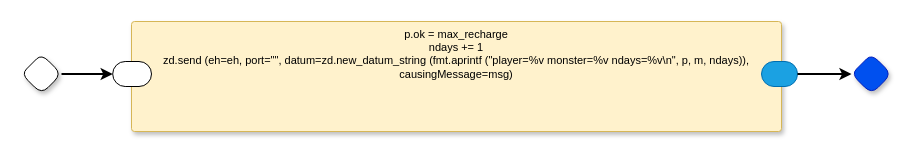
Earlier version of the draw.io diagram page "Rest" (3 of 3) of dc0d.drawio (guitarvydas/dc0d). Source tidied: cells renumbered, new cells numbered last; positions are measured from the earlier drawing's top-left corner, leaving out a move shared by most shapes. Both pictures are drawn from the tidied source at 100%, with x=0, y=0 at pixel (21, 21).
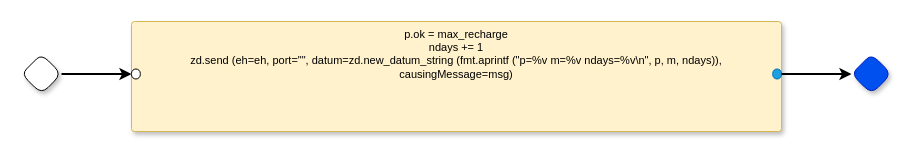
Above is the later version.

Change to the diagram source:
```diff
@@
 <mxGraphModel>
   <root>
     <mxCell id="0" />
     <mxCell id="1" parent="0" />
-    <mxCell id="2" value="p.ok = max_recharge&lt;br&gt;ndays += 1&lt;br&gt;zd.send (eh=eh, port=&quot;&quot;, datum=zd.new_datum_string (fmt.aprintf (&quot;player=%v monster=%v ndays=%v\n&quot;, p, m, ndays)), causingMessage=msg)" style="rounded=1;whiteSpace=wrap;html=1;sketch=0;verticalAlign=top;arcSize=6;fontStyle=0;absoluteArcSize=1;shadow=1;strokeColor=#d6b656;fillColor=#fff2cc;fontFamily=Helvetica;fontSize=11;" parent="1" vertex="1">
+    <mxCell id="2" value="p.ok = max_recharge&lt;br&gt;ndays += 1&lt;br&gt;zd.send (eh=eh, port=&quot;&quot;, datum=zd.new_datum_string (fmt.aprintf (&quot;p=%v m=%v ndays=%v\n&quot;, p, m, ndays)), causingMessage=msg)" style="rounded=1;whiteSpace=wrap;html=1;sketch=0;verticalAlign=top;arcSize=6;fontStyle=0;absoluteArcSize=1;shadow=1;strokeColor=#d6b656;fillColor=#fff2cc;fontFamily=Helvetica;fontSize=11;" parent="1" vertex="1">
       <mxGeometry x="110" width="650" height="110" as="geometry" />
     </mxCell>
-    <mxCell id="3" style="rounded=1;whiteSpace=wrap;html=1;sketch=0;points=[[0,0.5,0,0,0],[1,0.5,0,0,0]];arcSize=50;fontFamily=Helvetica;fontSize=11;fontColor=default;" parent="2" vertex="1">
-      <mxGeometry x="-18.8" y="40" width="38.8" height="25" as="geometry" />
-    </mxCell>
-    <mxCell id="4" style="rounded=1;whiteSpace=wrap;html=1;sketch=0;points=[[0,0.5,0,0,0],[1,0.5,0,0,0]];fillColor=#1ba1e2;fontColor=#ffffff;strokeColor=#006EAF;arcSize=50;fontFamily=Helvetica;fontSize=11;" parent="2" vertex="1">
-      <mxGeometry x="630" y="40" width="36" height="25" as="geometry" />
-    </mxCell>
+    <mxCell id="9" style="rounded=1;whiteSpace=wrap;html=1;sketch=0;points=[[0,0.5,0,0,0],[1,0.5,0,0,0]];arcSize=50;fontFamily=Helvetica;fontSize=11;fontColor=default;" parent="2" vertex="1">
+      <mxGeometry y="47.5" width="8.8" height="10" as="geometry" />
+    </mxCell>
+    <mxCell id="10" style="rounded=1;whiteSpace=wrap;html=1;sketch=0;points=[[0,0.5,0,0,0],[1,0.5,0,0,0]];arcSize=50;fontFamily=Helvetica;fontSize=11;fontColor=#ffffff;fillColor=#1ba1e2;strokeColor=#006EAF;" parent="2" vertex="1">
+      <mxGeometry x="641.2" y="47.5" width="8.8" height="10" as="geometry" />
+    </mxCell>
     <mxCell id="5" style="rhombus;whiteSpace=wrap;html=1;rounded=1;fontStyle=1;glass=0;sketch=0;fontSize=12;points=[[0,0.5,0,0,0],[0.5,0,0,0,0],[0.5,1,0,0,0],[1,0.5,0,0,0]];shadow=1;fontFamily=Helvetica;fontColor=default;" parent="1" vertex="1">
       <mxGeometry y="32.5" width="40" height="40" as="geometry" />
     </mxCell>
     <mxCell id="6" style="rhombus;whiteSpace=wrap;html=1;rounded=1;fillColor=#0050ef;fontColor=#ffffff;strokeColor=#001DBC;fontStyle=1;glass=0;sketch=0;fontSize=12;points=[[0,0.5,0,0,0],[0.5,0,0,0,0],[0.5,1,0,0,0],[1,0.5,0,0,0]];shadow=1;fontFamily=Helvetica;" parent="1" vertex="1">
       <mxGeometry x="830" y="32.5" width="40" height="40" as="geometry" />
     </mxCell>
-    <mxCell id="7" style="edgeStyle=orthogonalEdgeStyle;shape=connector;curved=0;rounded=1;jettySize=auto;html=1;exitX=1;exitY=0.5;exitDx=0;exitDy=0;exitPerimeter=0;entryX=0;entryY=0.5;entryDx=0;entryDy=0;entryPerimeter=0;labelBackgroundColor=default;strokeColor=default;strokeWidth=2;align=center;verticalAlign=middle;fontFamily=Helvetica;fontSize=11;fontColor=default;endArrow=classic;" parent="1" edge="1" source="5" target="3">
+    <mxCell id="7" style="edgeStyle=orthogonalEdgeStyle;shape=connector;curved=0;rounded=1;jettySize=auto;html=1;exitX=1;exitY=0.5;exitDx=0;exitDy=0;exitPerimeter=0;entryX=0;entryY=0.5;entryDx=0;entryDy=0;entryPerimeter=0;labelBackgroundColor=default;strokeColor=default;strokeWidth=2;align=center;verticalAlign=middle;fontFamily=Helvetica;fontSize=11;fontColor=default;endArrow=classic;" parent="1" edge="1" source="5" target="9">
       <mxGeometry relative="1" as="geometry" />
     </mxCell>
-    <mxCell id="8" style="edgeStyle=orthogonalEdgeStyle;shape=connector;curved=0;rounded=1;jettySize=auto;html=1;exitX=1;exitY=0.5;exitDx=0;exitDy=0;exitPerimeter=0;labelBackgroundColor=default;strokeColor=default;strokeWidth=2;align=center;verticalAlign=middle;fontFamily=Helvetica;fontSize=11;fontColor=default;endArrow=classic;" parent="1" edge="1" source="4" target="6">
+    <mxCell id="8" style="edgeStyle=orthogonalEdgeStyle;shape=connector;curved=0;rounded=1;jettySize=auto;html=1;exitX=1;exitY=0.5;exitDx=0;exitDy=0;exitPerimeter=0;labelBackgroundColor=default;strokeColor=default;strokeWidth=2;align=center;verticalAlign=middle;fontFamily=Helvetica;fontSize=11;fontColor=default;endArrow=classic;" parent="1" edge="1" source="10" target="6">
       <mxGeometry relative="1" as="geometry" />
     </mxCell>
   </root>
 </mxGraphModel>
```
